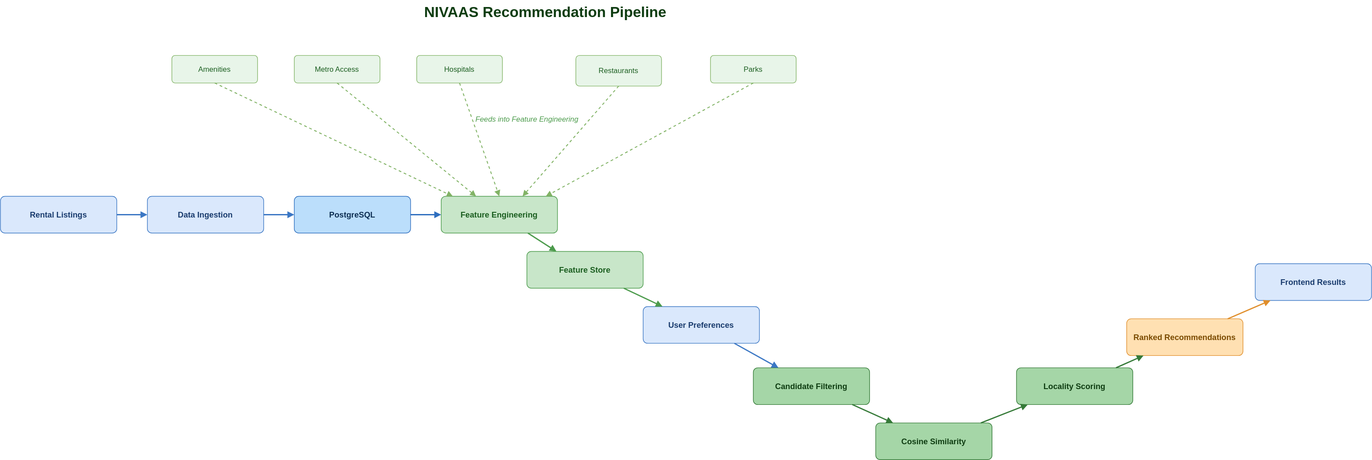
Above: docs/images/recommendation-pipeline.svg in zmuskan/NIVAAS-V1 (draw.io), before the change. Source tidied: cells renumbered, new cells last; positions are measured from the earlier drawing's top-left corner, leaving out a move shared by most shapes. The source it was exported from:
```xml
<mxGraphModel>
  <root>
    <mxCell id="0" />
    <mxCell id="1" parent="0" />
    <mxCell id="2" value="NIVAAS Recommendation Pipeline" style="text;html=1;fontSize=24;fontStyle=1;fontColor=#0F3D12;align=center;verticalAlign=middle;" parent="1" vertex="1">
      <mxGeometry x="540" width="700" height="40" as="geometry" />
    </mxCell>
    <mxCell id="3" value="Rental Listings" style="rounded=1;arcSize=12;whiteSpace=wrap;html=1;fillColor=#DAE8FC;strokeColor=#3B77C4;fontColor=#1A3C6E;fontStyle=1;fontSize=13;" parent="1" vertex="1">
      <mxGeometry y="320" width="190" height="60" as="geometry" />
    </mxCell>
    <mxCell id="4" value="Data Ingestion" style="rounded=1;arcSize=12;whiteSpace=wrap;html=1;fillColor=#DAE8FC;strokeColor=#3B77C4;fontColor=#1A3C6E;fontStyle=1;fontSize=13;" parent="1" vertex="1">
      <mxGeometry x="240" y="320" width="190" height="60" as="geometry" />
    </mxCell>
    <mxCell id="5" value="PostgreSQL" style="rounded=1;arcSize=12;whiteSpace=wrap;html=1;fillColor=#BBDEFB;strokeColor=#2F6FBF;fontColor=#0D2E52;fontStyle=1;fontSize=13;" parent="1" vertex="1">
      <mxGeometry x="480" y="320" width="190" height="60" as="geometry" />
    </mxCell>
    <mxCell id="6" value="Feature Engineering" style="rounded=1;arcSize=12;whiteSpace=wrap;html=1;fillColor=#C8E6C9;strokeColor=#4C9B4C;fontColor=#1B5E20;fontStyle=1;fontSize=13;" parent="1" vertex="1">
      <mxGeometry x="720" y="320" width="190" height="60" as="geometry" />
    </mxCell>
    <mxCell id="7" value="Feature Store" style="rounded=1;arcSize=12;whiteSpace=wrap;html=1;fillColor=#C8E6C9;strokeColor=#4C9B4C;fontColor=#1B5E20;fontStyle=1;fontSize=13;" parent="1" vertex="1">
      <mxGeometry x="860" y="410" width="190" height="60" as="geometry" />
    </mxCell>
    <mxCell id="8" value="User Preferences" style="rounded=1;arcSize=12;whiteSpace=wrap;html=1;fillColor=#DAE8FC;strokeColor=#3B77C4;fontColor=#1A3C6E;fontStyle=1;fontSize=13;" parent="1" vertex="1">
      <mxGeometry x="1050" y="500" width="190" height="60" as="geometry" />
    </mxCell>
    <mxCell id="9" value="Candidate Filtering" style="rounded=1;arcSize=12;whiteSpace=wrap;html=1;fillColor=#A5D6A7;strokeColor=#357A38;fontColor=#0F3D12;fontStyle=1;fontSize=13;" parent="1" vertex="1">
      <mxGeometry x="1230" y="600" width="190" height="60" as="geometry" />
    </mxCell>
    <mxCell id="10" value="Cosine Similarity" style="rounded=1;arcSize=12;whiteSpace=wrap;html=1;fillColor=#A5D6A7;strokeColor=#357A38;fontColor=#0F3D12;fontStyle=1;fontSize=13;" parent="1" vertex="1">
      <mxGeometry x="1430" y="690" width="190" height="60" as="geometry" />
    </mxCell>
    <mxCell id="11" value="Locality Scoring" style="rounded=1;arcSize=12;whiteSpace=wrap;html=1;fillColor=#A5D6A7;strokeColor=#357A38;fontColor=#0F3D12;fontStyle=1;fontSize=13;" parent="1" vertex="1">
      <mxGeometry x="1660" y="600" width="190" height="60" as="geometry" />
    </mxCell>
    <mxCell id="12" value="Ranked Recommendations" style="rounded=1;arcSize=12;whiteSpace=wrap;html=1;fillColor=#FFE0B2;strokeColor=#E08E2B;fontColor=#7A4A00;fontStyle=1;fontSize=13;" parent="1" vertex="1">
      <mxGeometry x="1840" y="520" width="190" height="60" as="geometry" />
    </mxCell>
    <mxCell id="13" value="Frontend Results" style="rounded=1;arcSize=12;whiteSpace=wrap;html=1;fillColor=#DAE8FC;strokeColor=#3B77C4;fontColor=#1A3C6E;fontStyle=1;fontSize=13;" parent="1" vertex="1">
      <mxGeometry x="2050" y="430" width="190" height="60" as="geometry" />
    </mxCell>
    <mxCell id="14" style="html=1;rounded=0;endArrow=block;strokeColor=#3B77C4;strokeWidth=2;" parent="1" edge="1" source="3" target="4">
      <mxGeometry relative="1" as="geometry" />
    </mxCell>
    <mxCell id="15" style="html=1;rounded=0;endArrow=block;strokeColor=#3B77C4;strokeWidth=2;" parent="1" edge="1" source="4" target="5">
      <mxGeometry relative="1" as="geometry" />
    </mxCell>
    <mxCell id="16" style="html=1;rounded=0;endArrow=block;strokeColor=#2F6FBF;strokeWidth=2;" parent="1" edge="1" source="5" target="6">
      <mxGeometry relative="1" as="geometry" />
    </mxCell>
    <mxCell id="17" style="html=1;rounded=0;endArrow=block;strokeColor=#4C9B4C;strokeWidth=2;" parent="1" edge="1" source="6" target="7">
      <mxGeometry relative="1" as="geometry" />
    </mxCell>
    <mxCell id="18" style="html=1;rounded=0;endArrow=block;strokeColor=#4C9B4C;strokeWidth=2;" parent="1" edge="1" source="7" target="8">
      <mxGeometry relative="1" as="geometry" />
    </mxCell>
    <mxCell id="19" style="html=1;rounded=0;endArrow=block;strokeColor=#3B77C4;strokeWidth=2;" parent="1" edge="1" source="8" target="9">
      <mxGeometry relative="1" as="geometry" />
    </mxCell>
    <mxCell id="20" style="html=1;rounded=0;endArrow=block;strokeColor=#357A38;strokeWidth=2;" parent="1" edge="1" source="9" target="10">
      <mxGeometry relative="1" as="geometry" />
    </mxCell>
    <mxCell id="21" style="html=1;rounded=0;endArrow=block;strokeColor=#357A38;strokeWidth=2;" parent="1" edge="1" source="10" target="11">
      <mxGeometry relative="1" as="geometry" />
    </mxCell>
    <mxCell id="22" style="html=1;rounded=0;endArrow=block;strokeColor=#357A38;strokeWidth=2;" parent="1" edge="1" source="11" target="12">
      <mxGeometry relative="1" as="geometry" />
    </mxCell>
    <mxCell id="23" style="html=1;rounded=0;endArrow=block;strokeColor=#E08E2B;strokeWidth=2;" parent="1" edge="1" source="12" target="13">
      <mxGeometry relative="1" as="geometry" />
    </mxCell>
    <mxCell id="24" value="Amenities" style="rounded=1;arcSize=12;whiteSpace=wrap;html=1;fillColor=#E8F5E9;strokeColor=#82B366;fontColor=#1B5E20;fontSize=12;" parent="1" vertex="1">
      <mxGeometry x="280" y="90" width="140" height="45" as="geometry" />
    </mxCell>
    <mxCell id="25" value="Metro Access" style="rounded=1;arcSize=12;whiteSpace=wrap;html=1;fillColor=#E8F5E9;strokeColor=#82B366;fontColor=#1B5E20;fontSize=12;" parent="1" vertex="1">
      <mxGeometry x="480" y="90" width="140" height="45" as="geometry" />
    </mxCell>
    <mxCell id="26" value="Hospitals" style="rounded=1;arcSize=12;whiteSpace=wrap;html=1;fillColor=#E8F5E9;strokeColor=#82B366;fontColor=#1B5E20;fontSize=12;" parent="1" vertex="1">
      <mxGeometry x="680" y="90" width="140" height="45" as="geometry" />
    </mxCell>
    <mxCell id="27" value="Restaurants" style="rounded=1;arcSize=12;whiteSpace=wrap;html=1;fillColor=#E8F5E9;strokeColor=#82B366;fontColor=#1B5E20;fontSize=12;" parent="1" vertex="1">
      <mxGeometry x="940" y="90" width="140" height="50" as="geometry" />
    </mxCell>
    <mxCell id="28" value="Parks" style="rounded=1;arcSize=12;whiteSpace=wrap;html=1;fillColor=#E8F5E9;strokeColor=#82B366;fontColor=#1B5E20;fontSize=12;" parent="1" vertex="1">
      <mxGeometry x="1160" y="90" width="140" height="45" as="geometry" />
    </mxCell>
    <mxCell id="29" style="html=1;rounded=0;endArrow=block;strokeColor=#82B366;strokeWidth=1.5;dashed=1;exitX=0.5;exitY=1;exitDx=0;exitDy=0;entryX=0.1;entryY=0;entryDx=0;entryDy=0;" parent="1" edge="1" source="24" target="6">
      <mxGeometry relative="1" as="geometry" />
    </mxCell>
    <mxCell id="30" style="html=1;rounded=0;endArrow=block;strokeColor=#82B366;strokeWidth=1.5;dashed=1;exitX=0.5;exitY=1;exitDx=0;exitDy=0;entryX=0.3;entryY=0;entryDx=0;entryDy=0;" parent="1" edge="1" source="25" target="6">
      <mxGeometry relative="1" as="geometry" />
    </mxCell>
    <mxCell id="31" style="html=1;rounded=0;endArrow=block;strokeColor=#82B366;strokeWidth=1.5;dashed=1;exitX=0.5;exitY=1;exitDx=0;exitDy=0;entryX=0.5;entryY=0;entryDx=0;entryDy=0;" parent="1" edge="1" source="26" target="6">
      <mxGeometry relative="1" as="geometry" />
    </mxCell>
    <mxCell id="32" style="html=1;rounded=0;endArrow=block;strokeColor=#82B366;strokeWidth=1.5;dashed=1;exitX=0.5;exitY=1;exitDx=0;exitDy=0;entryX=0.7;entryY=0;entryDx=0;entryDy=0;" parent="1" edge="1" source="27" target="6">
      <mxGeometry relative="1" as="geometry" />
    </mxCell>
    <mxCell id="33" style="html=1;rounded=0;endArrow=block;strokeColor=#82B366;strokeWidth=1.5;dashed=1;exitX=0.5;exitY=1;exitDx=0;exitDy=0;entryX=0.9;entryY=0;entryDx=0;entryDy=0;" parent="1" edge="1" source="28" target="6">
      <mxGeometry relative="1" as="geometry" />
    </mxCell>
    <mxCell id="34" value="Feeds into Feature Engineering" style="text;html=1;fontSize=12;fontStyle=2;fontColor=#4C9B4C;align=center;verticalAlign=middle;" parent="1" vertex="1">
      <mxGeometry x="680" y="180" width="360" height="30" as="geometry" />
    </mxCell>
  </root>
</mxGraphModel>
```
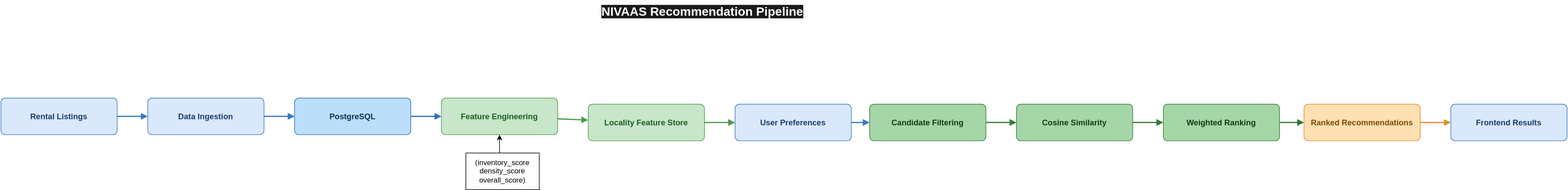
Later version of the same file.

Commit message:
refactor(diagrams): align architecture, ERD and recommendation pipeline

Change to the diagram source:
```diff
@@ -2,9 +2,6 @@
   <root>
     <mxCell id="0" />
     <mxCell id="1" parent="0" />
-    <mxCell id="2" value="NIVAAS Recommendation Pipeline" style="text;html=1;fontSize=24;fontStyle=1;fontColor=#0F3D12;align=center;verticalAlign=middle;" parent="1" vertex="1">
-      <mxGeometry x="540" width="700" height="40" as="geometry" />
-    </mxCell>
     <mxCell id="3" value="Rental Listings" style="rounded=1;arcSize=12;whiteSpace=wrap;html=1;fillColor=#DAE8FC;strokeColor=#3B77C4;fontColor=#1A3C6E;fontStyle=1;fontSize=13;" parent="1" vertex="1">
       <mxGeometry y="320" width="190" height="60" as="geometry" />
     </mxCell>
@@ -17,26 +14,26 @@
     <mxCell id="6" value="Feature Engineering" style="rounded=1;arcSize=12;whiteSpace=wrap;html=1;fillColor=#C8E6C9;strokeColor=#4C9B4C;fontColor=#1B5E20;fontStyle=1;fontSize=13;" parent="1" vertex="1">
       <mxGeometry x="720" y="320" width="190" height="60" as="geometry" />
     </mxCell>
-    <mxCell id="7" value="Feature Store" style="rounded=1;arcSize=12;whiteSpace=wrap;html=1;fillColor=#C8E6C9;strokeColor=#4C9B4C;fontColor=#1B5E20;fontStyle=1;fontSize=13;" parent="1" vertex="1">
-      <mxGeometry x="860" y="410" width="190" height="60" as="geometry" />
+    <mxCell id="7" value="Locality Feature Store" style="rounded=1;arcSize=12;whiteSpace=wrap;html=1;fillColor=#C8E6C9;strokeColor=#4C9B4C;fontColor=#1B5E20;fontStyle=1;fontSize=13;" parent="1" vertex="1">
+      <mxGeometry x="960" y="330" width="190" height="60" as="geometry" />
     </mxCell>
     <mxCell id="8" value="User Preferences" style="rounded=1;arcSize=12;whiteSpace=wrap;html=1;fillColor=#DAE8FC;strokeColor=#3B77C4;fontColor=#1A3C6E;fontStyle=1;fontSize=13;" parent="1" vertex="1">
-      <mxGeometry x="1050" y="500" width="190" height="60" as="geometry" />
+      <mxGeometry x="1200" y="330" width="190" height="60" as="geometry" />
     </mxCell>
     <mxCell id="9" value="Candidate Filtering" style="rounded=1;arcSize=12;whiteSpace=wrap;html=1;fillColor=#A5D6A7;strokeColor=#357A38;fontColor=#0F3D12;fontStyle=1;fontSize=13;" parent="1" vertex="1">
-      <mxGeometry x="1230" y="600" width="190" height="60" as="geometry" />
+      <mxGeometry x="1420" y="330" width="190" height="60" as="geometry" />
     </mxCell>
     <mxCell id="10" value="Cosine Similarity" style="rounded=1;arcSize=12;whiteSpace=wrap;html=1;fillColor=#A5D6A7;strokeColor=#357A38;fontColor=#0F3D12;fontStyle=1;fontSize=13;" parent="1" vertex="1">
-      <mxGeometry x="1430" y="690" width="190" height="60" as="geometry" />
+      <mxGeometry x="1660" y="330" width="190" height="60" as="geometry" />
     </mxCell>
-    <mxCell id="11" value="Locality Scoring" style="rounded=1;arcSize=12;whiteSpace=wrap;html=1;fillColor=#A5D6A7;strokeColor=#357A38;fontColor=#0F3D12;fontStyle=1;fontSize=13;" parent="1" vertex="1">
-      <mxGeometry x="1660" y="600" width="190" height="60" as="geometry" />
+    <mxCell id="11" value="Weighted Ranking" style="rounded=1;arcSize=12;whiteSpace=wrap;html=1;fillColor=#A5D6A7;strokeColor=#357A38;fontColor=#0F3D12;fontStyle=1;fontSize=13;" parent="1" vertex="1">
+      <mxGeometry x="1900" y="330" width="190" height="60" as="geometry" />
     </mxCell>
     <mxCell id="12" value="Ranked Recommendations" style="rounded=1;arcSize=12;whiteSpace=wrap;html=1;fillColor=#FFE0B2;strokeColor=#E08E2B;fontColor=#7A4A00;fontStyle=1;fontSize=13;" parent="1" vertex="1">
-      <mxGeometry x="1840" y="520" width="190" height="60" as="geometry" />
+      <mxGeometry x="2130" y="330" width="190" height="60" as="geometry" />
     </mxCell>
     <mxCell id="13" value="Frontend Results" style="rounded=1;arcSize=12;whiteSpace=wrap;html=1;fillColor=#DAE8FC;strokeColor=#3B77C4;fontColor=#1A3C6E;fontStyle=1;fontSize=13;" parent="1" vertex="1">
-      <mxGeometry x="2050" y="430" width="190" height="60" as="geometry" />
+      <mxGeometry x="2370" y="330" width="190" height="60" as="geometry" />
     </mxCell>
     <mxCell id="14" style="html=1;rounded=0;endArrow=block;strokeColor=#3B77C4;strokeWidth=2;" parent="1" edge="1" source="3" target="4">
       <mxGeometry relative="1" as="geometry" />
@@ -68,38 +65,16 @@
     <mxCell id="23" style="html=1;rounded=0;endArrow=block;strokeColor=#E08E2B;strokeWidth=2;" parent="1" edge="1" source="12" target="13">
       <mxGeometry relative="1" as="geometry" />
     </mxCell>
-    <mxCell id="24" value="Amenities" style="rounded=1;arcSize=12;whiteSpace=wrap;html=1;fillColor=#E8F5E9;strokeColor=#82B366;fontColor=#1B5E20;fontSize=12;" parent="1" vertex="1">
-      <mxGeometry x="280" y="90" width="140" height="45" as="geometry" />
-    </mxCell>
-    <mxCell id="25" value="Metro Access" style="rounded=1;arcSize=12;whiteSpace=wrap;html=1;fillColor=#E8F5E9;strokeColor=#82B366;fontColor=#1B5E20;fontSize=12;" parent="1" vertex="1">
-      <mxGeometry x="480" y="90" width="140" height="45" as="geometry" />
-    </mxCell>
-    <mxCell id="26" value="Hospitals" style="rounded=1;arcSize=12;whiteSpace=wrap;html=1;fillColor=#E8F5E9;strokeColor=#82B366;fontColor=#1B5E20;fontSize=12;" parent="1" vertex="1">
-      <mxGeometry x="680" y="90" width="140" height="45" as="geometry" />
-    </mxCell>
-    <mxCell id="27" value="Restaurants" style="rounded=1;arcSize=12;whiteSpace=wrap;html=1;fillColor=#E8F5E9;strokeColor=#82B366;fontColor=#1B5E20;fontSize=12;" parent="1" vertex="1">
-      <mxGeometry x="940" y="90" width="140" height="50" as="geometry" />
-    </mxCell>
-    <mxCell id="28" value="Parks" style="rounded=1;arcSize=12;whiteSpace=wrap;html=1;fillColor=#E8F5E9;strokeColor=#82B366;fontColor=#1B5E20;fontSize=12;" parent="1" vertex="1">
-      <mxGeometry x="1160" y="90" width="140" height="45" as="geometry" />
-    </mxCell>
-    <mxCell id="29" style="html=1;rounded=0;endArrow=block;strokeColor=#82B366;strokeWidth=1.5;dashed=1;exitX=0.5;exitY=1;exitDx=0;exitDy=0;entryX=0.1;entryY=0;entryDx=0;entryDy=0;" parent="1" edge="1" source="24" target="6">
-      <mxGeometry relative="1" as="geometry" />
-    </mxCell>
-    <mxCell id="30" style="html=1;rounded=0;endArrow=block;strokeColor=#82B366;strokeWidth=1.5;dashed=1;exitX=0.5;exitY=1;exitDx=0;exitDy=0;entryX=0.3;entryY=0;entryDx=0;entryDy=0;" parent="1" edge="1" source="25" target="6">
-      <mxGeometry relative="1" as="geometry" />
-    </mxCell>
-    <mxCell id="31" style="html=1;rounded=0;endArrow=block;strokeColor=#82B366;strokeWidth=1.5;dashed=1;exitX=0.5;exitY=1;exitDx=0;exitDy=0;entryX=0.5;entryY=0;entryDx=0;entryDy=0;" parent="1" edge="1" source="26" target="6">
-      <mxGeometry relative="1" as="geometry" />
-    </mxCell>
-    <mxCell id="32" style="html=1;rounded=0;endArrow=block;strokeColor=#82B366;strokeWidth=1.5;dashed=1;exitX=0.5;exitY=1;exitDx=0;exitDy=0;entryX=0.7;entryY=0;entryDx=0;entryDy=0;" parent="1" edge="1" source="27" target="6">
-      <mxGeometry relative="1" as="geometry" />
-    </mxCell>
-    <mxCell id="33" style="html=1;rounded=0;endArrow=block;strokeColor=#82B366;strokeWidth=1.5;dashed=1;exitX=0.5;exitY=1;exitDx=0;exitDy=0;entryX=0.9;entryY=0;entryDx=0;entryDy=0;" parent="1" edge="1" source="28" target="6">
-      <mxGeometry relative="1" as="geometry" />
-    </mxCell>
-    <mxCell id="34" value="Feeds into Feature Engineering" style="text;html=1;fontSize=12;fontStyle=2;fontColor=#4C9B4C;align=center;verticalAlign=middle;" parent="1" vertex="1">
-      <mxGeometry x="680" y="180" width="360" height="30" as="geometry" />
-    </mxCell>
+    <mxCell id="35" style="edgeStyle=none;html=1;exitX=0.5;exitY=0;exitDx=0;exitDy=0;entryX=0.5;entryY=1;entryDx=0;entryDy=0;" parent="1" edge="1" target="6">
+      <mxGeometry relative="1" as="geometry">
+        <mxPoint x="815" y="460" as="sourcePoint" />
+      </mxGeometry>
+    </mxCell>
+    <mxCell id="36" value="(inventory_score&lt;br/&gt;  density_score&lt;br/&gt;  overall_score)" style="whiteSpace=wrap;html=1;" parent="1" vertex="1">
+      <mxGeometry x="760" y="410" width="120" height="60" as="geometry" />
+    </mxCell>
+    <mxCell id="2" value="&lt;span style=&quot;color: rgb(255, 255, 255); font-family: Helvetica; font-size: 20px; font-style: normal; font-variant-ligatures: normal; font-variant-caps: normal; font-weight: 700; letter-spacing: normal; orphans: 2; text-align: center; text-indent: 0px; text-transform: none; widows: 2; word-spacing: 0px; -webkit-text-stroke-width: 0px; white-space: nowrap; background-color: rgb(26, 26, 26); text-decoration-thickness: initial; text-decoration-style: initial; text-decoration-color: initial; float: none; display: inline !important;&quot;&gt;NIVAAS Recommendation Pipeline&lt;/span&gt;&lt;div&gt;&lt;br&gt;&lt;/div&gt;" style="text;whiteSpace=wrap;html=1;" parent="1" vertex="1">
+      <mxGeometry x="980" y="160" width="640" height="29" as="geometry" />
+    </mxCell>
   </root>
 </mxGraphModel>
```
